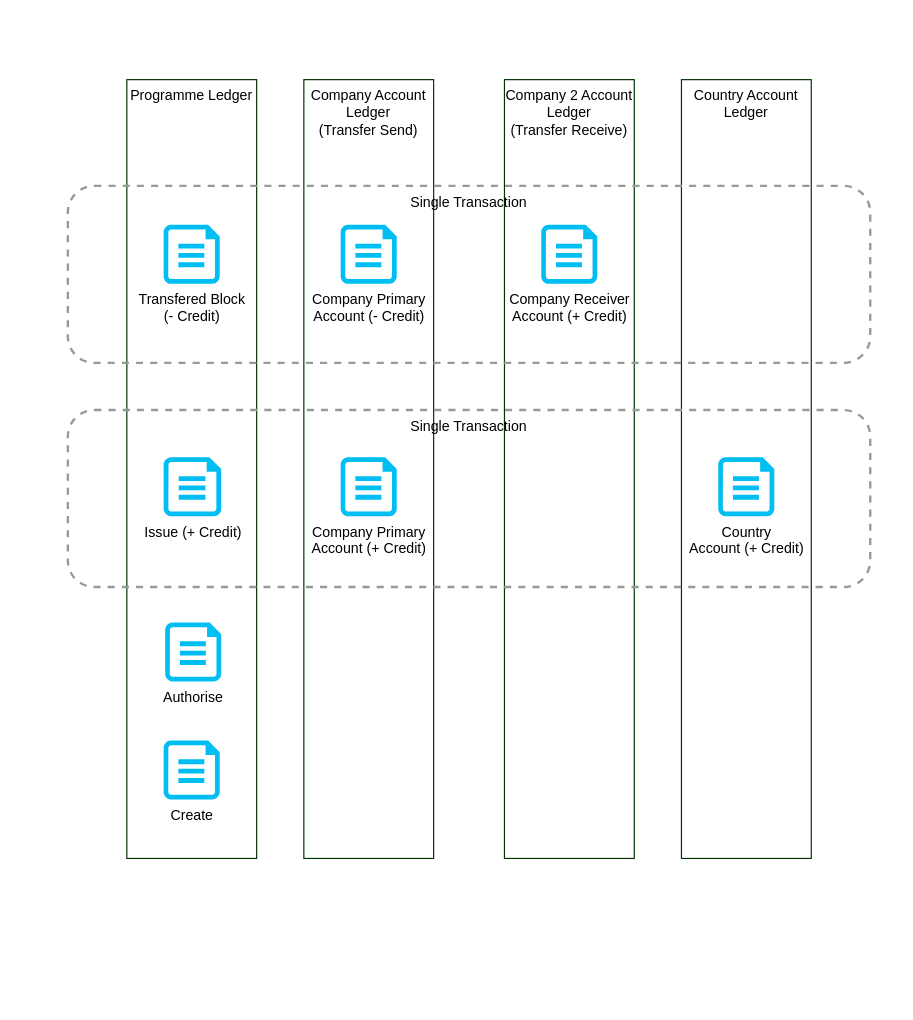
The draw.io diagram page "Ledger" (2 of 2) of documention/Carbon Registry Architecture.drawio in undp/carbon-registry, before the edit. Source tidied: cells renumbered, new cells numbered last; positions are measured from the earlier drawing's top-left corner, leaving out a move shared by most shapes. Both pictures are drawn from the tidied source at 118%, with x=0, y=0 at pixel (20, 20).
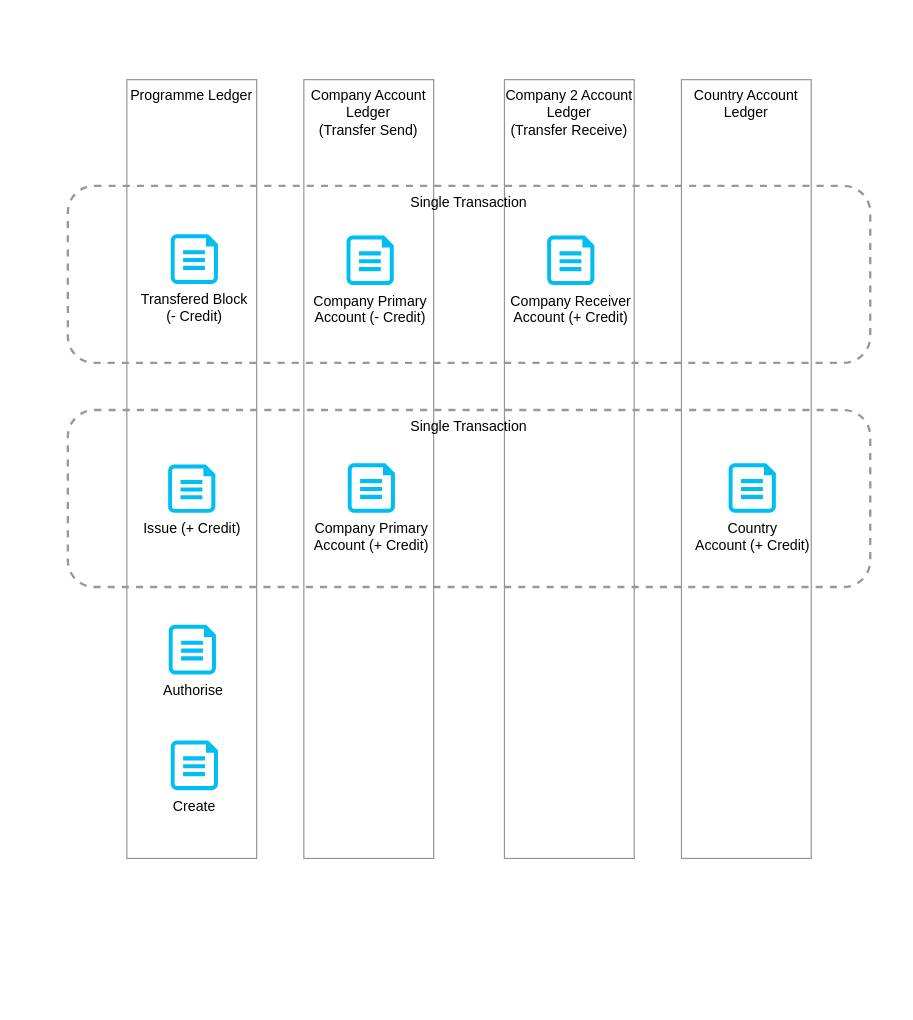
The same diagram, later.

Diff of the diagram source:
```diff
@@
 <mxGraphModel>
   <root>
     <mxCell id="0" />
     <mxCell id="1" parent="0" />
     <mxCell id="2" style="group;fontColor=#808080;rounded=1;strokeWidth=3;" parent="1" vertex="1">
       <mxGeometry width="740" height="830" as="geometry" />
     </mxCell>
-    <mxCell id="3" value="Programme Ledger" style="rounded=0;whiteSpace=wrap;html=1;strokeColor=#003300;strokeWidth=1;verticalAlign=top;" parent="2" vertex="1">
+    <mxCell id="3" value="Programme Ledger" style="rounded=0;whiteSpace=wrap;html=1;strokeColor=#949494;strokeWidth=1;verticalAlign=top;" parent="2" vertex="1">
       <mxGeometry x="90" y="50" width="110" height="660" as="geometry" />
     </mxCell>
     <mxCell id="4" value="Create" style="verticalLabelPosition=bottom;html=1;verticalAlign=top;align=center;strokeColor=none;fillColor=#00BEF2;shape=mxgraph.azure.file;strokeWidth=1;" parent="2" vertex="1">
-      <mxGeometry x="121.2" y="610" width="47.5" height="50" as="geometry" />
+      <mxGeometry x="127.2" y="610" width="40" height="42.1" as="geometry" />
     </mxCell>
-    <mxCell id="5" value="Company Account Ledger&lt;br&gt;(Transfer Send)" style="rounded=0;whiteSpace=wrap;html=1;strokeColor=#003300;strokeWidth=1;verticalAlign=top;" parent="2" vertex="1">
+    <mxCell id="5" value="Company Account Ledger&lt;br&gt;(Transfer Send)" style="rounded=0;whiteSpace=wrap;html=1;strokeColor=#949494;strokeWidth=1;verticalAlign=top;" parent="2" vertex="1">
       <mxGeometry x="240" y="50" width="110" height="660" as="geometry" />
     </mxCell>
     <mxCell id="6" value="Authorise" style="verticalLabelPosition=bottom;html=1;verticalAlign=top;align=center;strokeColor=none;fillColor=#00BEF2;shape=mxgraph.azure.file;strokeWidth=1;" parent="2" vertex="1">
-      <mxGeometry x="122.5" y="510" width="47.5" height="50" as="geometry" />
+      <mxGeometry x="125.5" y="512" width="40" height="42.1" as="geometry" />
     </mxCell>
-    <mxCell id="7" value="Company 2 Account Ledger&lt;br&gt;(Transfer Receive)" style="rounded=0;whiteSpace=wrap;html=1;strokeColor=#003300;strokeWidth=1;verticalAlign=top;" parent="2" vertex="1">
+    <mxCell id="7" value="Company 2 Account Ledger&lt;br&gt;(Transfer Receive)" style="rounded=0;whiteSpace=wrap;html=1;strokeColor=#949494;strokeWidth=1;verticalAlign=top;" parent="2" vertex="1">
       <mxGeometry x="410" y="50" width="110" height="660" as="geometry" />
     </mxCell>
-    <mxCell id="8" value="Country Account Ledger" style="rounded=0;whiteSpace=wrap;html=1;strokeColor=#003300;strokeWidth=1;verticalAlign=top;" parent="2" vertex="1">
+    <mxCell id="8" value="Country Account Ledger" style="rounded=0;whiteSpace=wrap;html=1;strokeColor=#949494;strokeWidth=1;verticalAlign=top;" parent="2" vertex="1">
       <mxGeometry x="560" y="50" width="110" height="660" as="geometry" />
     </mxCell>
     <mxCell id="9" value="Single Transaction" style="rounded=1;whiteSpace=wrap;html=1;fillColor=none;dashed=1;strokeWidth=2;strokeColor=#999999;verticalAlign=top;" parent="2" vertex="1">
       <mxGeometry x="40" y="330" width="680" height="150" as="geometry" />
     </mxCell>
     <mxCell id="10" value="Issue (+ Credit)" style="verticalLabelPosition=bottom;html=1;verticalAlign=top;align=center;strokeColor=none;fillColor=#00BEF2;shape=mxgraph.azure.file;strokeWidth=1;" parent="2" vertex="1">
-      <mxGeometry x="121.2" y="370" width="48.8" height="50" as="geometry" />
+      <mxGeometry x="125" y="376.1" width="40" height="41" as="geometry" />
     </mxCell>
     <mxCell id="11" value="Transfered Block &lt;br&gt;(- Credit)" style="verticalLabelPosition=bottom;html=1;verticalAlign=top;align=center;strokeColor=none;fillColor=#00BEF2;shape=mxgraph.azure.file;strokeWidth=1;" parent="2" vertex="1">
-      <mxGeometry x="121.2" y="173" width="47.5" height="50" as="geometry" />
+      <mxGeometry x="127.2" y="181" width="40" height="42.1" as="geometry" />
     </mxCell>
     <mxCell id="12" value="Country&lt;br style=&quot;border-color: var(--border-color);&quot;&gt;Account (+ Credit)" style="verticalLabelPosition=bottom;html=1;verticalAlign=top;align=center;strokeColor=none;fillColor=#00BEF2;shape=mxgraph.azure.file;strokeWidth=1;" parent="2" vertex="1">
-      <mxGeometry x="591.2" y="370" width="47.5" height="50" as="geometry" />
+      <mxGeometry x="600" y="375" width="40" height="42.1" as="geometry" />
     </mxCell>
     <mxCell id="13" value="Company Primary &lt;br&gt;Account (+ Credit)" style="verticalLabelPosition=bottom;html=1;verticalAlign=top;align=center;strokeColor=none;fillColor=#00BEF2;shape=mxgraph.azure.file;strokeWidth=1;" parent="2" vertex="1">
-      <mxGeometry x="271.2" y="370" width="47.5" height="50" as="geometry" />
+      <mxGeometry x="277.2" y="375" width="40" height="42.1" as="geometry" />
     </mxCell>
-    <mxCell id="14" value="Single Transaction" style="rounded=1;whiteSpace=wrap;html=1;fillColor=none;dashed=1;strokeWidth=2;strokeColor=#999999;verticalAlign=top;" parent="2" vertex="1">
-      <mxGeometry x="40" y="140" width="680" height="150" as="geometry" />
-    </mxCell>
     <mxCell id="15" value="Company Primary &lt;br&gt;Account (- Credit)" style="verticalLabelPosition=bottom;html=1;verticalAlign=top;align=center;strokeColor=none;fillColor=#00BEF2;shape=mxgraph.azure.file;strokeWidth=1;" parent="2" vertex="1">
-      <mxGeometry x="271.2" y="173" width="47.5" height="50" as="geometry" />
+      <mxGeometry x="276.2" y="182" width="40" height="42.1" as="geometry" />
     </mxCell>
     <mxCell id="16" value="Company Receiver&lt;br&gt;Account (+ Credit)" style="verticalLabelPosition=bottom;html=1;verticalAlign=top;align=center;strokeColor=none;fillColor=#00BEF2;shape=mxgraph.azure.file;strokeWidth=1;" parent="2" vertex="1">
-      <mxGeometry x="441.2" y="173" width="47.5" height="50" as="geometry" />
+      <mxGeometry x="446.2" y="182" width="40" height="42.1" as="geometry" />
     </mxCell>
+    <mxCell id="14" value="Single Transaction" style="rounded=1;whiteSpace=wrap;html=1;fillColor=none;dashed=1;strokeWidth=2;strokeColor=#999999;verticalAlign=top;" parent="2" vertex="1">
+      <mxGeometry x="40" y="140" width="680" height="150" as="geometry" />
+    </mxCell>
   </root>
 </mxGraphModel>
```
